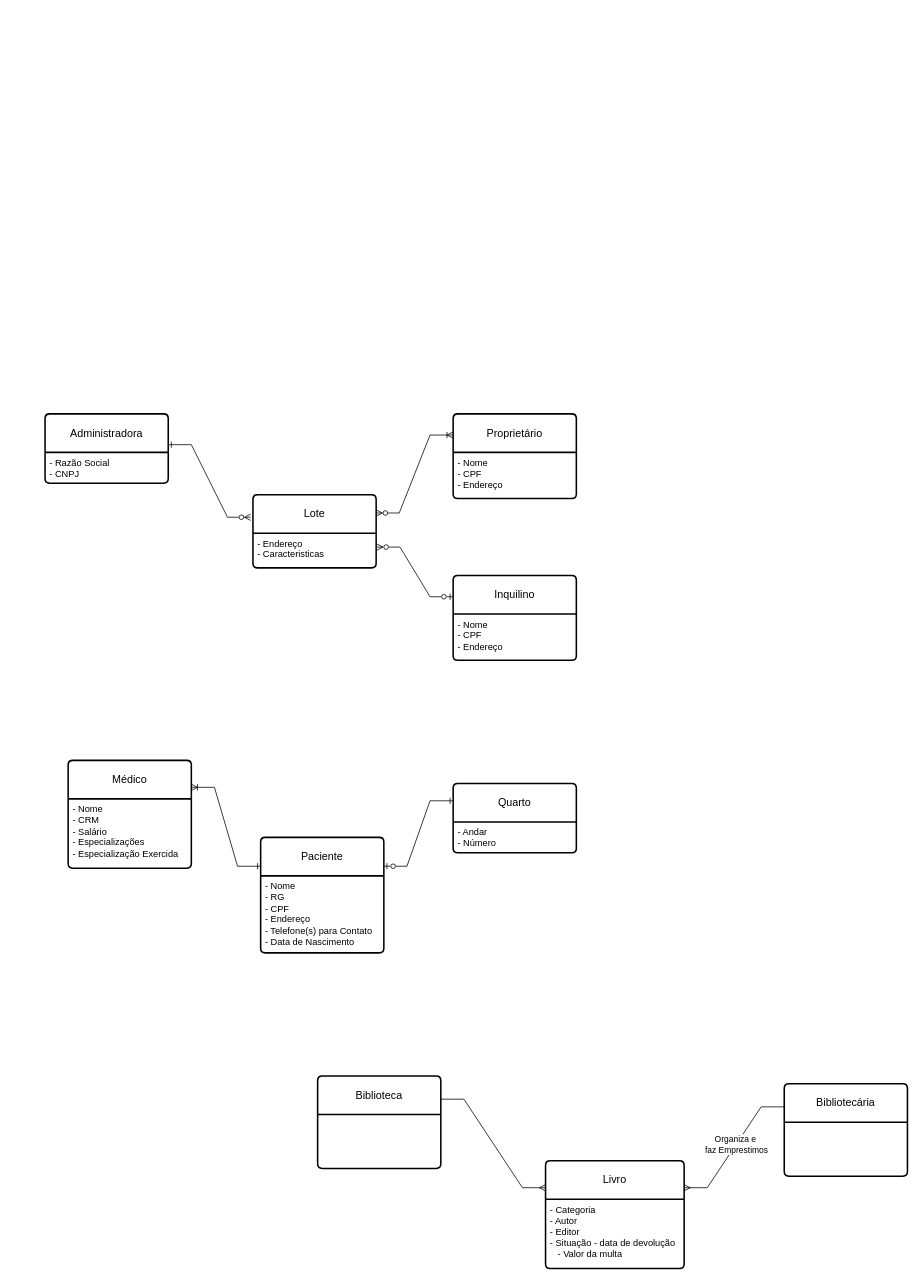
rafaelscatolin/Banco-de-Dados-24-03-2023 keeps this draw.io diagram as Diagrama sem nome.drawio. Above is the earlier version. Source tidied: cells renumbered, new cells numbered last; positions are measured from the earlier drawing's top-left corner, leaving out a move shared by most shapes. Both pictures are drawn from the tidied source at 77%, with x=0, y=0 at pixel (45, 413).
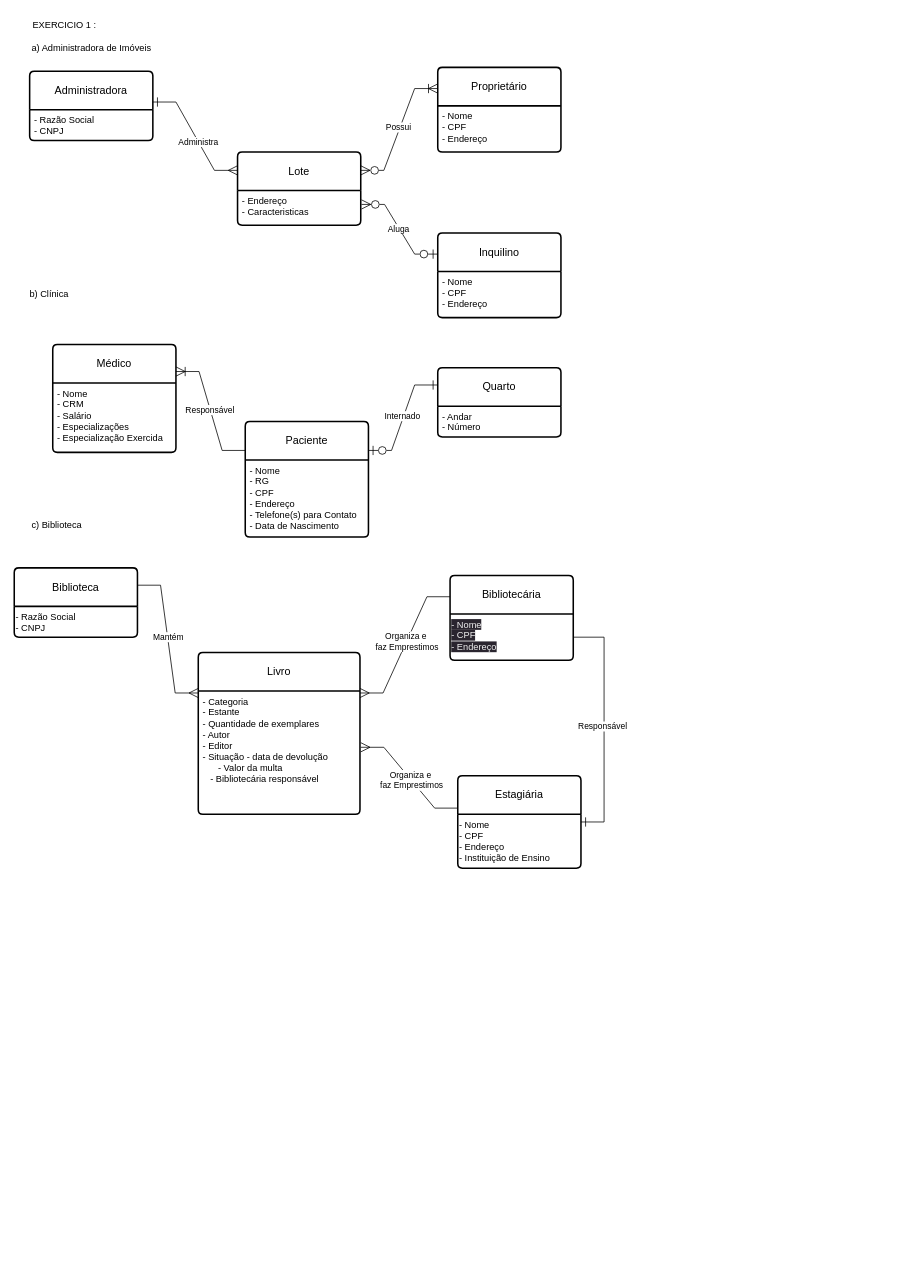
The same diagram, later.

Unchanged cells that the change refers to:
```xml
<mxCell id="5" value="- Endereço&lt;br&gt;- Caracteristicas" style="align=left;strokeColor=none;fillColor=none;spacingLeft=4;fontSize=12;verticalAlign=top;html=1;" parent="4" vertex="1">
  <mxGeometry y="50" width="160" height="45" as="geometry" />
</mxCell>
```

What changed in the source:
```diff
@@
     <mxCell id="2" value="Administradora" style="swimlane;horizontal=1;startSize=50;rounded=1;fontSize=14;fontStyle=0;strokeWidth=2;shadow=0;dashed=0;align=center;arcSize=4;whiteSpace=wrap;html=1;" parent="1" vertex="1">
-      <mxGeometry width="160" height="90" as="geometry" />
+      <mxGeometry x="-20" y="-445" width="160" height="90" as="geometry" />
     </mxCell>
@@
     <mxCell id="4" value="Lote" style="swimlane;horizontal=1;startSize=50;rounded=1;fontSize=14;fontStyle=0;strokeWidth=2;shadow=0;dashed=0;align=center;arcSize=4;whiteSpace=wrap;html=1;" parent="1" vertex="1">
-      <mxGeometry x="270" y="105" width="160" height="95" as="geometry" />
+      <mxGeometry x="250" y="-340" width="160" height="95" as="geometry" />
     </mxCell>
@@
     <mxCell id="6" value="Proprietário" style="swimlane;horizontal=1;startSize=50;rounded=1;fontSize=14;fontStyle=0;strokeWidth=2;shadow=0;dashed=0;align=center;arcSize=4;whiteSpace=wrap;html=1;" parent="1" vertex="1">
-      <mxGeometry x="530" width="160" height="110" as="geometry" />
+      <mxGeometry x="510" y="-450" width="160" height="110" as="geometry" />
     </mxCell>
@@
     <mxCell id="8" value="Inquilino" style="swimlane;horizontal=1;startSize=50;rounded=1;fontSize=14;fontStyle=0;strokeWidth=2;shadow=0;dashed=0;align=center;arcSize=4;whiteSpace=wrap;html=1;" parent="1" vertex="1">
-      <mxGeometry x="530" y="210" width="160" height="110" as="geometry" />
+      <mxGeometry x="510" y="-235" width="160" height="110" as="geometry" />
     </mxCell>
@@
-    <mxCell id="10" style="edgeStyle=entityRelationEdgeStyle;fontSize=12;html=1;endArrow=ERzeroToMany;endFill=0;rounded=0;entryX=-0.019;entryY=0.308;entryDx=0;entryDy=0;entryPerimeter=0;startArrow=ERone;startFill=0;" parent="1" edge="1" target="4">
+    <mxCell id="10" style="edgeStyle=entityRelationEdgeStyle;fontSize=12;html=1;endArrow=ERmany;endFill=0;rounded=0;entryX=0;entryY=0.25;entryDx=0;entryDy=0;startArrow=ERone;startFill=0;startSize=10;endSize=10;" parent="1" edge="1" target="4">
       <mxGeometry relative="1" as="geometry">
-        <mxPoint x="160" y="40" as="sourcePoint" />
+        <mxPoint x="140" y="-405" as="sourcePoint" />
       </mxGeometry>
     </mxCell>
+    <mxCell id="28" value="Administra" style="edgeLabel;html=1;align=center;verticalAlign=middle;" parent="10" vertex="1">
+      <mxGeometry x="0.1" y="-1" relative="1" as="geometry" />
+    </mxCell>
-    <mxCell id="11" style="edgeStyle=entityRelationEdgeStyle;fontSize=12;html=1;endArrow=ERoneToMany;endFill=0;rounded=0;entryX=0;entryY=0.25;entryDx=0;entryDy=0;exitX=1;exitY=0.25;exitDx=0;exitDy=0;startArrow=ERzeroToMany;startFill=0;" parent="1" edge="1" source="4" target="6">
+    <mxCell id="11" style="edgeStyle=entityRelationEdgeStyle;fontSize=12;html=1;endArrow=ERoneToMany;endFill=0;rounded=0;entryX=0;entryY=0.25;entryDx=0;entryDy=0;exitX=1;exitY=0.25;exitDx=0;exitDy=0;startArrow=ERzeroToMany;startFill=0;startSize=10;endSize=10;" parent="1" edge="1" source="4" target="6">
       <mxGeometry relative="1" as="geometry" />
     </mxCell>
+    <mxCell id="29" value="Possui" style="edgeLabel;html=1;align=center;verticalAlign=middle;" parent="11" vertex="1">
+      <mxGeometry x="0.02" y="2" relative="1" as="geometry" />
+    </mxCell>
-    <mxCell id="12" style="edgeStyle=entityRelationEdgeStyle;fontSize=12;html=1;endArrow=ERzeroToOne;endFill=0;rounded=0;entryX=0;entryY=0.25;entryDx=0;entryDy=0;exitX=1.006;exitY=0.4;exitDx=0;exitDy=0;exitPerimeter=0;startArrow=ERzeroToMany;startFill=0;" parent="1" edge="1" source="5" target="8">
+    <mxCell id="12" style="edgeStyle=entityRelationEdgeStyle;fontSize=12;html=1;endArrow=ERzeroToOne;endFill=0;rounded=0;entryX=0;entryY=0.25;entryDx=0;entryDy=0;exitX=1.006;exitY=0.4;exitDx=0;exitDy=0;exitPerimeter=0;startArrow=ERzeroToMany;startFill=0;startSize=10;endSize=10;" parent="1" edge="1" source="5" target="8">
       <mxGeometry relative="1" as="geometry" />
     </mxCell>
+    <mxCell id="30" value="Aluga" style="edgeLabel;html=1;align=center;verticalAlign=middle;" parent="12" vertex="1">
+      <mxGeometry x="-0.03" y="-1" relative="1" as="geometry" />
+    </mxCell>
     <mxCell id="13" value="Médico" style="swimlane;horizontal=1;startSize=50;rounded=1;fontSize=14;fontStyle=0;strokeWidth=2;shadow=0;dashed=0;align=center;arcSize=4;whiteSpace=wrap;html=1;" parent="1" vertex="1">
-      <mxGeometry x="30" y="450" width="160" height="140" as="geometry" />
+      <mxGeometry x="10" y="-90" width="160" height="140" as="geometry" />
     </mxCell>
@@
     <mxCell id="15" value="Paciente" style="swimlane;horizontal=1;startSize=50;rounded=1;fontSize=14;fontStyle=0;strokeWidth=2;shadow=0;dashed=0;align=center;arcSize=4;whiteSpace=wrap;html=1;" parent="1" vertex="1">
-      <mxGeometry x="280" y="550" width="160" height="150" as="geometry" />
+      <mxGeometry x="260" y="10" width="160" height="150" as="geometry" />
     </mxCell>
@@
     <mxCell id="17" value="Quarto" style="swimlane;horizontal=1;startSize=50;rounded=1;fontSize=14;fontStyle=0;strokeWidth=2;shadow=0;dashed=0;align=center;arcSize=4;whiteSpace=wrap;html=1;" parent="1" vertex="1">
-      <mxGeometry x="530" y="480" width="160" height="90" as="geometry" />
+      <mxGeometry x="510" y="-60" width="160" height="90" as="geometry" />
     </mxCell>
@@
-    <mxCell id="19" style="edgeStyle=entityRelationEdgeStyle;fontSize=12;html=1;endArrow=ERone;endFill=0;rounded=0;entryX=0;entryY=0.25;entryDx=0;entryDy=0;startArrow=ERoneToMany;startFill=0;exitX=1;exitY=0.25;exitDx=0;exitDy=0;" parent="1" edge="1" source="13" target="15">
+    <mxCell id="19" style="edgeStyle=entityRelationEdgeStyle;fontSize=12;html=1;endArrow=none;endFill=0;rounded=0;entryX=0;entryY=0.25;entryDx=0;entryDy=0;startArrow=ERoneToMany;startFill=0;exitX=1;exitY=0.25;exitDx=0;exitDy=0;startSize=10;endSize=10;" parent="1" edge="1" source="13" target="15">
       <mxGeometry relative="1" as="geometry" />
     </mxCell>
+    <mxCell id="31" value="Responsável" style="edgeLabel;html=1;align=center;verticalAlign=middle;" parent="19" vertex="1">
+      <mxGeometry x="-0.03" y="-1" relative="1" as="geometry" />
+    </mxCell>
-    <mxCell id="20" style="edgeStyle=entityRelationEdgeStyle;fontSize=12;html=1;endArrow=ERone;endFill=0;rounded=0;exitX=1;exitY=0.25;exitDx=0;exitDy=0;entryX=0;entryY=0.25;entryDx=0;entryDy=0;startArrow=ERzeroToOne;startFill=0;" parent="1" edge="1" source="15" target="17">
+    <mxCell id="20" style="edgeStyle=entityRelationEdgeStyle;fontSize=12;html=1;endArrow=ERone;endFill=0;rounded=0;exitX=1;exitY=0.25;exitDx=0;exitDy=0;entryX=0;entryY=0.25;entryDx=0;entryDy=0;startArrow=ERzeroToOne;startFill=0;startSize=10;endSize=10;" parent="1" edge="1" source="15" target="17">
       <mxGeometry relative="1" as="geometry" />
     </mxCell>
+    <mxCell id="32" value="Internado" style="edgeLabel;html=1;align=center;verticalAlign=middle;" parent="20" vertex="1">
+      <mxGeometry x="0.02" y="3" relative="1" as="geometry">
+        <mxPoint x="1" as="offset" />
+      </mxGeometry>
+    </mxCell>
     <mxCell id="21" value="Biblioteca" style="swimlane;horizontal=1;startSize=50;rounded=1;fontSize=14;fontStyle=0;strokeWidth=2;shadow=0;dashed=0;align=center;arcSize=4;whiteSpace=wrap;html=1;" parent="1" vertex="1">
-      <mxGeometry x="354" y="860" width="160" height="120" as="geometry" />
+      <mxGeometry x="-40" y="200" width="160" height="90" as="geometry" />
     </mxCell>
+    <mxCell id="33" value="- Razão Social&lt;br style=&quot;&quot;&gt;&lt;span style=&quot;&quot;&gt;- CNPJ&lt;/span&gt;" style="text;whiteSpace=wrap;html=1;" parent="21" vertex="1">
+      <mxGeometry y="50" width="160" height="40" as="geometry" />
+    </mxCell>
     <mxCell id="22" value="Livro" style="swimlane;horizontal=1;startSize=50;rounded=1;fontSize=14;fontStyle=0;strokeWidth=2;shadow=0;dashed=0;align=center;arcSize=4;whiteSpace=wrap;html=1;" parent="1" vertex="1">
-      <mxGeometry x="650" y="970" width="180" height="140" as="geometry" />
+      <mxGeometry x="199" y="310" width="210" height="210" as="geometry" />
     </mxCell>
-    <mxCell id="23" value="- Categoria&lt;br&gt;- Autor&lt;br&gt;- Editor&lt;br&gt;- Situação - data de devolução&lt;br&gt;&lt;span style=&quot;white-space: pre;&quot;&gt; &lt;/span&gt;&lt;span style=&quot;white-space: pre;&quot;&gt; &lt;/span&gt;&amp;nbsp;- Valor da multa" style="align=left;strokeColor=none;fillColor=none;spacingLeft=4;fontSize=12;verticalAlign=top;html=1;" parent="22" vertex="1">
-      <mxGeometry y="50" width="180" height="90" as="geometry" />
+    <mxCell id="23" value="- Categoria&lt;br&gt;- Estante&lt;br&gt;- Quantidade de exemplares&lt;br&gt;- Autor&lt;br&gt;- Editor&lt;br&gt;- Situação - data de devolução&lt;br&gt;&lt;span style=&quot;white-space: pre;&quot;&gt; &lt;/span&gt;&lt;span style=&quot;white-space: pre;&quot;&gt; &lt;/span&gt;&amp;nbsp;&lt;span style=&quot;white-space: pre;&quot;&gt; &lt;/span&gt;&lt;span style=&quot;white-space: pre;&quot;&gt; &lt;/span&gt;&amp;nbsp;- Valor da multa&lt;br&gt;&lt;span style=&quot;white-space: pre;&quot;&gt; &lt;/span&gt;&lt;span style=&quot;white-space: pre;&quot;&gt; &lt;/span&gt;&amp;nbsp;- Bibliotecária responsável" style="align=left;strokeColor=none;fillColor=none;spacingLeft=4;fontSize=12;verticalAlign=top;html=1;" parent="22" vertex="1">
+      <mxGeometry y="50" width="210" height="160" as="geometry" />
     </mxCell>
-    <mxCell id="24" style="edgeStyle=entityRelationEdgeStyle;fontSize=12;html=1;endArrow=ERmany;endFill=0;rounded=0;exitX=1;exitY=0.25;exitDx=0;exitDy=0;entryX=0;entryY=0.25;entryDx=0;entryDy=0;" parent="1" edge="1" source="21" target="22">
+    <mxCell id="24" style="edgeStyle=entityRelationEdgeStyle;fontSize=12;html=1;endArrow=ERmany;endFill=0;rounded=0;exitX=1;exitY=0.25;exitDx=0;exitDy=0;entryX=0;entryY=0.25;entryDx=0;entryDy=0;endSize=10;startSize=10;" parent="1" edge="1" source="21" target="22">
       <mxGeometry relative="1" as="geometry" />
     </mxCell>
+    <mxCell id="34" value="Mantém" style="edgeLabel;html=1;align=center;verticalAlign=middle;" parent="24" vertex="1">
+      <mxGeometry x="-0.03" relative="1" as="geometry" />
+    </mxCell>
     <mxCell id="25" value="Bibliotecária" style="swimlane;horizontal=1;startSize=50;rounded=1;fontSize=14;fontStyle=0;strokeWidth=2;shadow=0;dashed=0;align=center;arcSize=4;whiteSpace=wrap;html=1;" parent="1" vertex="1">
-      <mxGeometry x="960" y="870" width="160" height="120" as="geometry" />
+      <mxGeometry x="526" y="210" width="160" height="110" as="geometry" />
     </mxCell>
+    <mxCell id="35" value="&lt;span style=&quot;color: rgb(240, 240, 240); font-family: Helvetica; font-size: 12px; font-style: normal; font-variant-ligatures: normal; font-variant-caps: normal; font-weight: 400; letter-spacing: normal; orphans: 2; text-align: left; text-indent: 0px; text-transform: none; widows: 2; word-spacing: 0px; -webkit-text-stroke-width: 0px; background-color: rgb(42, 37, 47); text-decoration-thickness: initial; text-decoration-style: initial; text-decoration-color: initial; float: none; display: inline !important;&quot;&gt;- Nome&lt;/span&gt;&lt;br style=&quot;border-color: rgb(0, 0, 0); color: rgb(240, 240, 240); font-family: Helvetica; font-size: 12px; font-style: normal; font-variant-ligatures: normal; font-variant-caps: normal; font-weight: 400; letter-spacing: normal; orphans: 2; text-align: left; text-indent: 0px; text-transform: none; widows: 2; word-spacing: 0px; -webkit-text-stroke-width: 0px; background-color: rgb(42, 37, 47); text-decoration-thickness: initial; text-decoration-style: initial; text-decoration-color: initial;&quot;&gt;&lt;span style=&quot;color: rgb(240, 240, 240); font-family: Helvetica; font-size: 12px; font-style: normal; font-variant-ligatures: normal; font-variant-caps: normal; font-weight: 400; letter-spacing: normal; orphans: 2; text-align: left; text-indent: 0px; text-transform: none; widows: 2; word-spacing: 0px; -webkit-text-stroke-width: 0px; background-color: rgb(42, 37, 47); text-decoration-thickness: initial; text-decoration-style: initial; text-decoration-color: initial; float: none; display: inline !important;&quot;&gt;- CPF&lt;/span&gt;&lt;br style=&quot;border-color: rgb(0, 0, 0); color: rgb(240, 240, 240); font-family: Helvetica; font-size: 12px; font-style: normal; font-variant-ligatures: normal; font-variant-caps: normal; font-weight: 400; letter-spacing: normal; orphans: 2; text-align: left; text-indent: 0px; text-transform: none; widows: 2; word-spacing: 0px; -webkit-text-stroke-width: 0px; background-color: rgb(42, 37, 47); text-decoration-thickness: initial; text-decoration-style: initial; text-decoration-color: initial;&quot;&gt;&lt;span style=&quot;color: rgb(240, 240, 240); font-family: Helvetica; font-size: 12px; font-style: normal; font-variant-ligatures: normal; font-variant-caps: normal; font-weight: 400; letter-spacing: normal; orphans: 2; text-align: left; text-indent: 0px; text-transform: none; widows: 2; word-spacing: 0px; -webkit-text-stroke-width: 0px; background-color: rgb(42, 37, 47); text-decoration-thickness: initial; text-decoration-style: initial; text-decoration-color: initial; float: none; display: inline !important;&quot;&gt;- Endereço&lt;/span&gt;" style="text;whiteSpace=wrap;html=1;" parent="25" vertex="1">
+      <mxGeometry y="50" width="160" height="60" as="geometry" />
+    </mxCell>
-    <mxCell id="26" style="edgeStyle=entityRelationEdgeStyle;fontSize=12;html=1;endArrow=none;endFill=0;rounded=0;entryX=0;entryY=0.25;entryDx=0;entryDy=0;startArrow=ERmany;startFill=0;exitX=1;exitY=0.25;exitDx=0;exitDy=0;" parent="1" edge="1" source="22" target="25">
+    <mxCell id="26" style="edgeStyle=entityRelationEdgeStyle;fontSize=12;html=1;endArrow=none;endFill=0;rounded=0;entryX=0;entryY=0.25;entryDx=0;entryDy=0;startArrow=ERmany;startFill=0;exitX=1;exitY=0.25;exitDx=0;exitDy=0;startSize=10;endSize=10;" parent="1" edge="1" source="22" target="25">
       <mxGeometry relative="1" as="geometry" />
     </mxCell>
@@
+    <mxCell id="36" value="Estagiária" style="swimlane;horizontal=1;startSize=50;rounded=1;fontSize=14;fontStyle=0;strokeWidth=2;shadow=0;dashed=0;align=center;arcSize=4;whiteSpace=wrap;html=1;" parent="1" vertex="1">
+      <mxGeometry x="536" y="470" width="160" height="120" as="geometry" />
+    </mxCell>
+    <mxCell id="37" value="- Nome&lt;br&gt;- CPF&lt;br&gt;- Endereço&lt;br&gt;- Instituição de Ensino" style="text;whiteSpace=wrap;html=1;" parent="36" vertex="1">
+      <mxGeometry y="50" width="160" height="70" as="geometry" />
+    </mxCell>
+    <mxCell id="38" style="edgeStyle=entityRelationEdgeStyle;fontSize=12;html=1;endArrow=ERone;endFill=0;rounded=0;startArrow=none;startFill=0;startSize=10;endSize=10;" parent="1" edge="1" target="36">
+      <mxGeometry relative="1" as="geometry">
+        <mxPoint x="686" y="290" as="sourcePoint" />
+      </mxGeometry>
+    </mxCell>
+    <mxCell id="39" value="Responsável" style="edgeLabel;html=1;align=center;verticalAlign=middle;" parent="38" vertex="1">
+      <mxGeometry y="-3" relative="1" as="geometry" />
+    </mxCell>
+    <mxCell id="40" style="edgeStyle=entityRelationEdgeStyle;fontSize=12;html=1;endArrow=none;endFill=0;rounded=0;startArrow=ERmany;startFill=0;startSize=10;endSize=10;" parent="1" edge="1">
+      <mxGeometry relative="1" as="geometry">
+        <mxPoint x="410" y="433" as="sourcePoint" />
+        <mxPoint x="536" y="512" as="targetPoint" />
+      </mxGeometry>
+    </mxCell>
+    <mxCell id="41" value="Organiza e&amp;nbsp;&lt;br&gt;faz Emprestimos" style="edgeLabel;html=1;align=center;verticalAlign=middle;" parent="40" vertex="1">
+      <mxGeometry x="0.05" relative="1" as="geometry" />
+    </mxCell>
+    <mxCell id="42" value="a) Administradora de Imóveis" style="text;html=1;align=center;verticalAlign=middle;strokeColor=none;fillColor=none;" parent="1" vertex="1">
+      <mxGeometry x="-30" y="-490" width="180" height="30" as="geometry" />
+    </mxCell>
+    <mxCell id="43" value="EXERCICIO 1 :" style="text;html=1;align=center;verticalAlign=middle;strokeColor=none;fillColor=none;" parent="1" vertex="1">
+      <mxGeometry x="-30" y="-520" width="110" height="30" as="geometry" />
+    </mxCell>
+    <mxCell id="44" value="b) Clínica" style="text;html=1;align=center;verticalAlign=middle;strokeColor=none;fillColor=none;" parent="1" vertex="1">
+      <mxGeometry x="-30" y="-170" width="70" height="30" as="geometry" />
+    </mxCell>
+    <mxCell id="45" value="c) Biblioteca" style="text;html=1;align=center;verticalAlign=middle;strokeColor=none;fillColor=none;" parent="1" vertex="1">
+      <mxGeometry x="-30" y="130" width="90" height="30" as="geometry" />
+    </mxCell>
```
